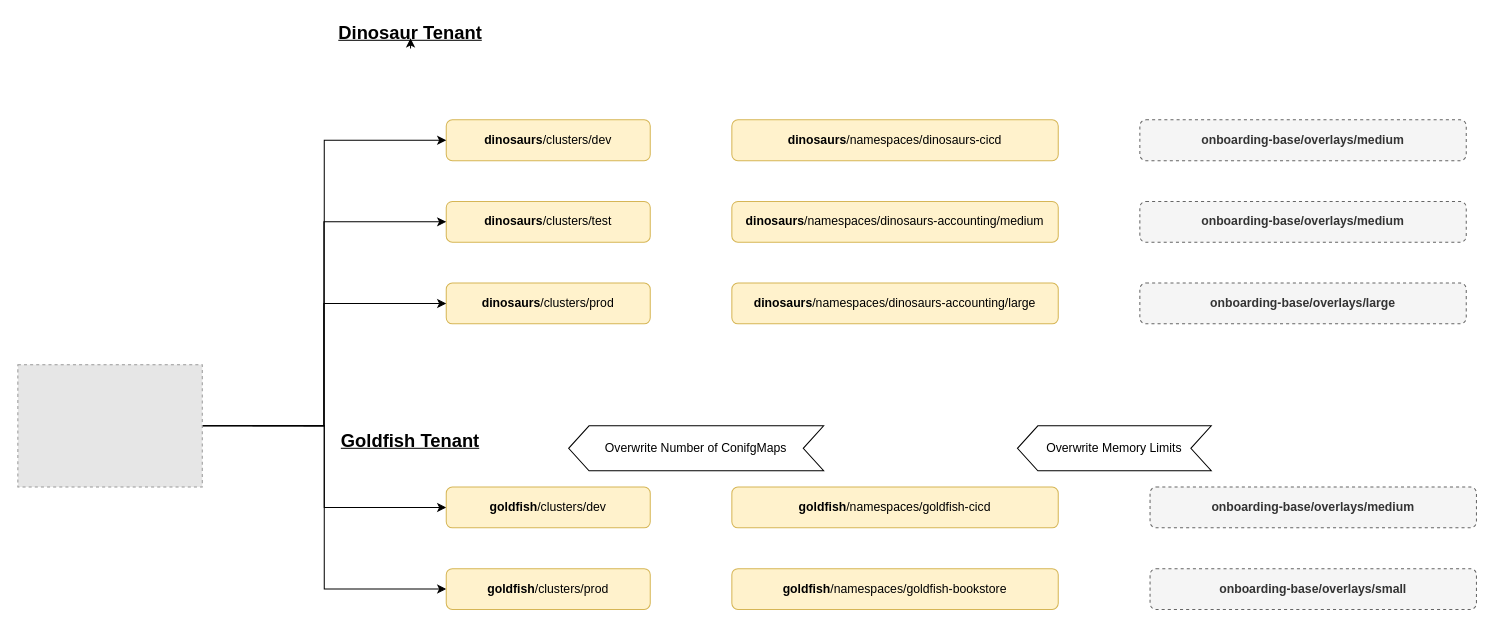
Above: page "Overview" (2 of 2) of docs/overview.drawio in tosmi-gitops/onboarding (draw.io), before the change. Source tidied: cells renumbered, new cells numbered last; positions are measured from the earlier drawing's top-left corner, leaving out a move shared by most shapes. Both pictures are drawn from the tidied source at 102%, with x=0, y=0 at pixel (17, 17). Pictures stored in the file or linked from it are replaced by grey dashed boxes.
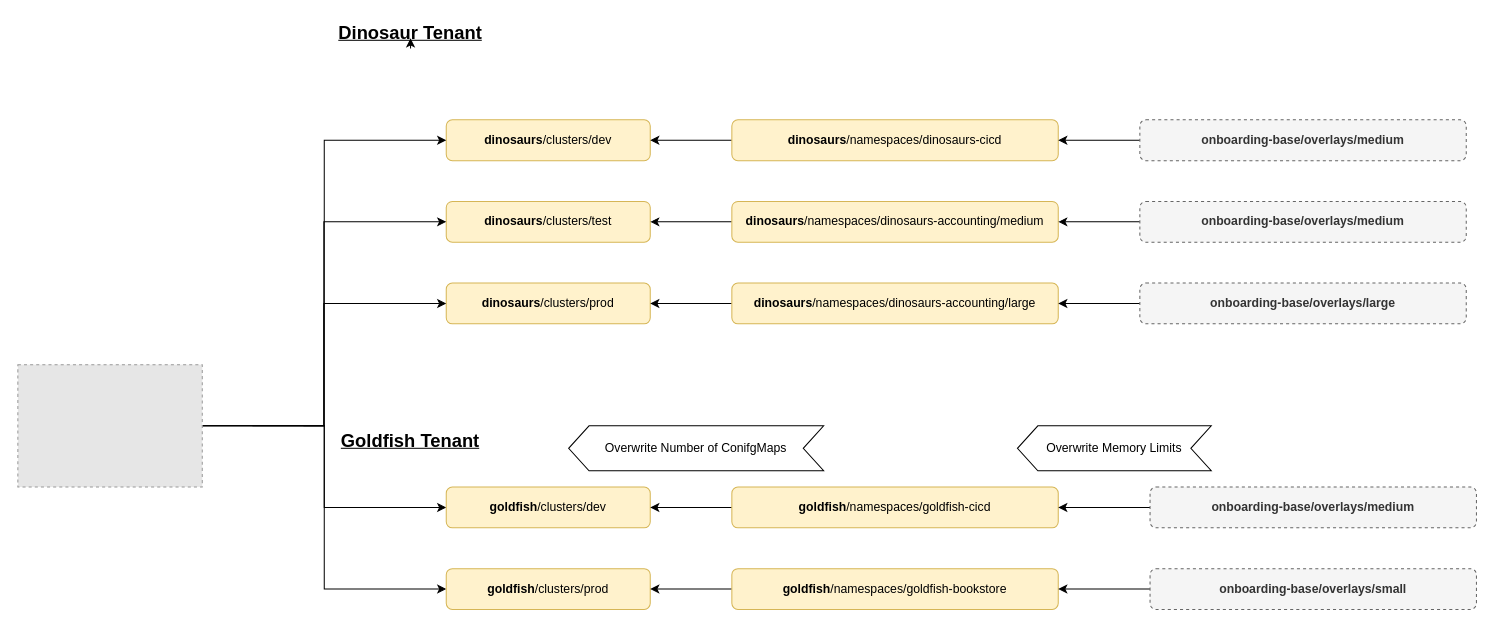
Above is the later version.

Unchanged cells that the change refers to:
```xml
<mxCell id="2" value="&lt;b&gt;dinosaurs&lt;/b&gt;/clusters/dev" style="rounded=1;whiteSpace=wrap;html=1;fillColor=#fff2cc;strokeColor=#d6b656;" parent="1" vertex="1">
  <mxGeometry x="420" y="100" width="200" height="40" as="geometry" />
</mxCell>
<mxCell id="3" value="&lt;b&gt;dinosaurs&lt;/b&gt;/clusters/test" style="rounded=1;whiteSpace=wrap;html=1;fillColor=#fff2cc;strokeColor=#d6b656;" parent="1" vertex="1">
  <mxGeometry x="420" y="180" width="200" height="40" as="geometry" />
</mxCell>
<mxCell id="4" value="&lt;b&gt;dinosaurs&lt;/b&gt;/clusters/prod" style="rounded=1;whiteSpace=wrap;html=1;fillColor=#fff2cc;strokeColor=#d6b656;" parent="1" vertex="1">
  <mxGeometry x="420" y="260" width="200" height="40" as="geometry" />
</mxCell>
<mxCell id="5" value="&lt;b&gt;dinosaurs&lt;/b&gt;/namespaces/dinosaurs-accounting/medium" style="rounded=1;whiteSpace=wrap;html=1;fillColor=#fff2cc;strokeColor=#d6b656;" parent="1" vertex="1">
  <mxGeometry x="700" y="180" width="320" height="40" as="geometry" />
</mxCell>
<mxCell id="6" value="&lt;b&gt;dinosaurs&lt;/b&gt;/namespaces/dinosaurs-accounting/large" style="rounded=1;whiteSpace=wrap;html=1;fillColor=#fff2cc;strokeColor=#d6b656;" parent="1" vertex="1">
  <mxGeometry x="700" y="260" width="320" height="40" as="geometry" />
</mxCell>
<mxCell id="7" value="&lt;b&gt;onboarding-base/overlays/medium&lt;/b&gt;" style="rounded=1;whiteSpace=wrap;html=1;fillColor=#f5f5f5;strokeColor=#666666;fontColor=#333333;dashed=1;" parent="1" vertex="1">
  <mxGeometry x="1100" y="180" width="320" height="40" as="geometry" />
</mxCell>
<mxCell id="8" value="&lt;b&gt;onboarding-base/overlays/large&lt;/b&gt;" style="rounded=1;whiteSpace=wrap;html=1;fillColor=#f5f5f5;strokeColor=#666666;fontColor=#333333;dashed=1;" parent="1" vertex="1">
  <mxGeometry x="1100" y="260" width="320" height="40" as="geometry" />
</mxCell>
<mxCell id="9" value="&lt;b&gt;dinosaurs&lt;/b&gt;/namespaces/dinosaurs-cicd" style="rounded=1;whiteSpace=wrap;html=1;fillColor=#fff2cc;strokeColor=#d6b656;" parent="1" vertex="1">
  <mxGeometry x="700" y="100" width="320" height="40" as="geometry" />
</mxCell>
<mxCell id="10" value="&lt;b&gt;onboarding-base/overlays/medium&lt;/b&gt;" style="rounded=1;whiteSpace=wrap;html=1;fillColor=#f5f5f5;strokeColor=#666666;fontColor=#333333;dashed=1;" parent="1" vertex="1">
  <mxGeometry x="1100" y="100" width="320" height="40" as="geometry" />
</mxCell>
<mxCell id="20" value="&lt;b&gt;goldfish&lt;/b&gt;/clusters/prod" style="rounded=1;whiteSpace=wrap;html=1;fillColor=#fff2cc;strokeColor=#d6b656;" parent="1" vertex="1">
  <mxGeometry x="420" y="540" width="200" height="40" as="geometry" />
</mxCell>
<mxCell id="21" value="&lt;b&gt;goldfish&lt;/b&gt;/clusters/dev" style="rounded=1;whiteSpace=wrap;html=1;fillColor=#fff2cc;strokeColor=#d6b656;" parent="1" vertex="1">
  <mxGeometry x="420" y="460" width="200" height="40" as="geometry" />
</mxCell>
<mxCell id="22" value="&lt;b&gt;goldfish&lt;/b&gt;/namespaces/goldfish-cicd" style="rounded=1;whiteSpace=wrap;html=1;fillColor=#fff2cc;strokeColor=#d6b656;" parent="1" vertex="1">
  <mxGeometry x="700" y="460" width="320" height="40" as="geometry" />
</mxCell>
<mxCell id="23" value="&lt;b&gt;goldfish&lt;/b&gt;/namespaces/goldfish-bookstore" style="rounded=1;whiteSpace=wrap;html=1;fillColor=#fff2cc;strokeColor=#d6b656;" parent="1" vertex="1">
  <mxGeometry x="700" y="540" width="320" height="40" as="geometry" />
</mxCell>
<mxCell id="24" value="&lt;b&gt;onboarding-base/overlays/medium&lt;/b&gt;" style="rounded=1;whiteSpace=wrap;html=1;fillColor=#f5f5f5;strokeColor=#666666;fontColor=#333333;dashed=1;" parent="1" vertex="1">
  <mxGeometry x="1110" y="460" width="320" height="40" as="geometry" />
</mxCell>
<mxCell id="25" value="&lt;b&gt;onboarding-base/overlays/small&lt;/b&gt;" style="rounded=1;whiteSpace=wrap;html=1;fillColor=#f5f5f5;strokeColor=#666666;fontColor=#333333;dashed=1;" parent="1" vertex="1">
  <mxGeometry x="1110" y="540" width="320" height="40" as="geometry" />
</mxCell>
```

The edit, as a diff of the source:
```diff
@@
+    <mxCell id="28" style="edgeStyle=orthogonalEdgeStyle;rounded=0;jettySize=auto;html=1;exitX=0;exitY=0.5;exitDx=0;exitDy=0;entryX=1;entryY=0.5;entryDx=0;entryDy=0;" parent="1" edge="1" source="5" target="3">
+      <mxGeometry relative="1" as="geometry" />
+    </mxCell>
@@
+    <mxCell id="29" style="edgeStyle=orthogonalEdgeStyle;rounded=0;jettySize=auto;html=1;exitX=0;exitY=0.5;exitDx=0;exitDy=0;entryX=1;entryY=0.5;entryDx=0;entryDy=0;" parent="1" edge="1" source="6" target="4">
+      <mxGeometry relative="1" as="geometry" />
+    </mxCell>
@@
+    <mxCell id="30" style="edgeStyle=orthogonalEdgeStyle;rounded=0;jettySize=auto;html=1;exitX=0;exitY=0.5;exitDx=0;exitDy=0;entryX=1;entryY=0.5;entryDx=0;entryDy=0;" parent="1" edge="1" source="7" target="5">
+      <mxGeometry relative="1" as="geometry" />
+    </mxCell>
@@
+    <mxCell id="31" style="edgeStyle=orthogonalEdgeStyle;rounded=0;jettySize=auto;html=1;exitX=0;exitY=0.5;exitDx=0;exitDy=0;entryX=1;entryY=0.5;entryDx=0;entryDy=0;" parent="1" edge="1" source="8" target="6">
+      <mxGeometry relative="1" as="geometry" />
+    </mxCell>
@@
+    <mxCell id="32" style="edgeStyle=orthogonalEdgeStyle;rounded=0;jettySize=auto;html=1;exitX=0;exitY=0.5;exitDx=0;exitDy=0;entryX=1;entryY=0.5;entryDx=0;entryDy=0;" parent="1" edge="1" source="9" target="2">
+      <mxGeometry relative="1" as="geometry" />
+    </mxCell>
@@
+    <mxCell id="33" style="edgeStyle=orthogonalEdgeStyle;rounded=0;jettySize=auto;html=1;exitX=0;exitY=0.5;exitDx=0;exitDy=0;entryX=1;entryY=0.5;entryDx=0;entryDy=0;" parent="1" edge="1" source="10" target="9">
+      <mxGeometry relative="1" as="geometry" />
+    </mxCell>
@@
+    <mxCell id="34" style="edgeStyle=orthogonalEdgeStyle;rounded=0;jettySize=auto;html=1;exitX=0;exitY=0.5;exitDx=0;exitDy=0;entryX=1;entryY=0.5;entryDx=0;entryDy=0;" parent="1" edge="1" source="22" target="21">
+      <mxGeometry relative="1" as="geometry" />
+    </mxCell>
@@
+    <mxCell id="35" style="edgeStyle=orthogonalEdgeStyle;rounded=0;jettySize=auto;html=1;exitX=0;exitY=0.5;exitDx=0;exitDy=0;entryX=1;entryY=0.5;entryDx=0;entryDy=0;" parent="1" edge="1" source="23" target="20">
+      <mxGeometry relative="1" as="geometry" />
+    </mxCell>
@@
+    <mxCell id="36" style="edgeStyle=orthogonalEdgeStyle;rounded=0;jettySize=auto;html=1;exitX=0;exitY=0.5;exitDx=0;exitDy=0;entryX=1;entryY=0.5;entryDx=0;entryDy=0;" parent="1" edge="1" source="24" target="22">
+      <mxGeometry relative="1" as="geometry" />
+    </mxCell>
@@
+    <mxCell id="37" style="edgeStyle=orthogonalEdgeStyle;rounded=0;jettySize=auto;html=1;exitX=0;exitY=0.5;exitDx=0;exitDy=0;" parent="1" edge="1" source="25" target="23">
+      <mxGeometry relative="1" as="geometry" />
+    </mxCell>
```
